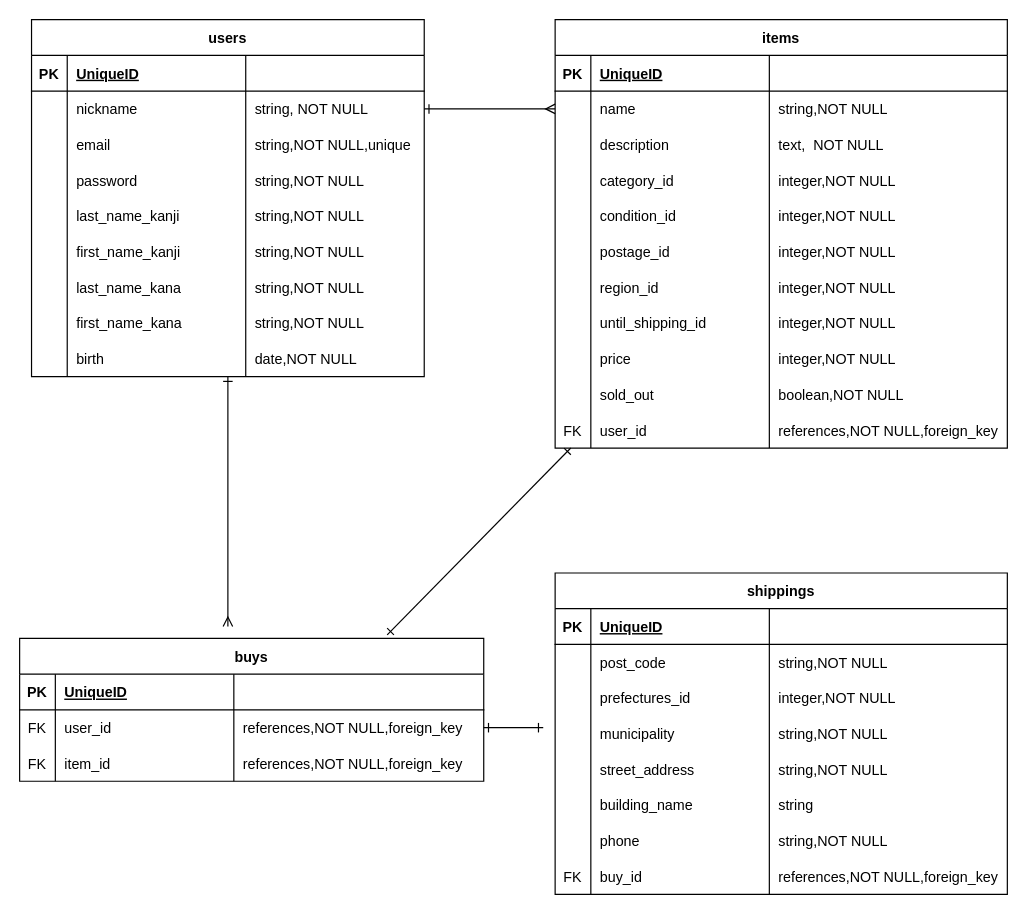
Before: ER図.dio in Shun-ST-TechCamp/furima-39524, a draw.io diagram. Source tidied: cells renumbered, new cells numbered last; positions are measured from the earlier drawing's top-left corner, leaving out a move shared by most shapes. Both pictures are drawn from the tidied source at 119%, with x=0, y=0 at pixel (19, 19).
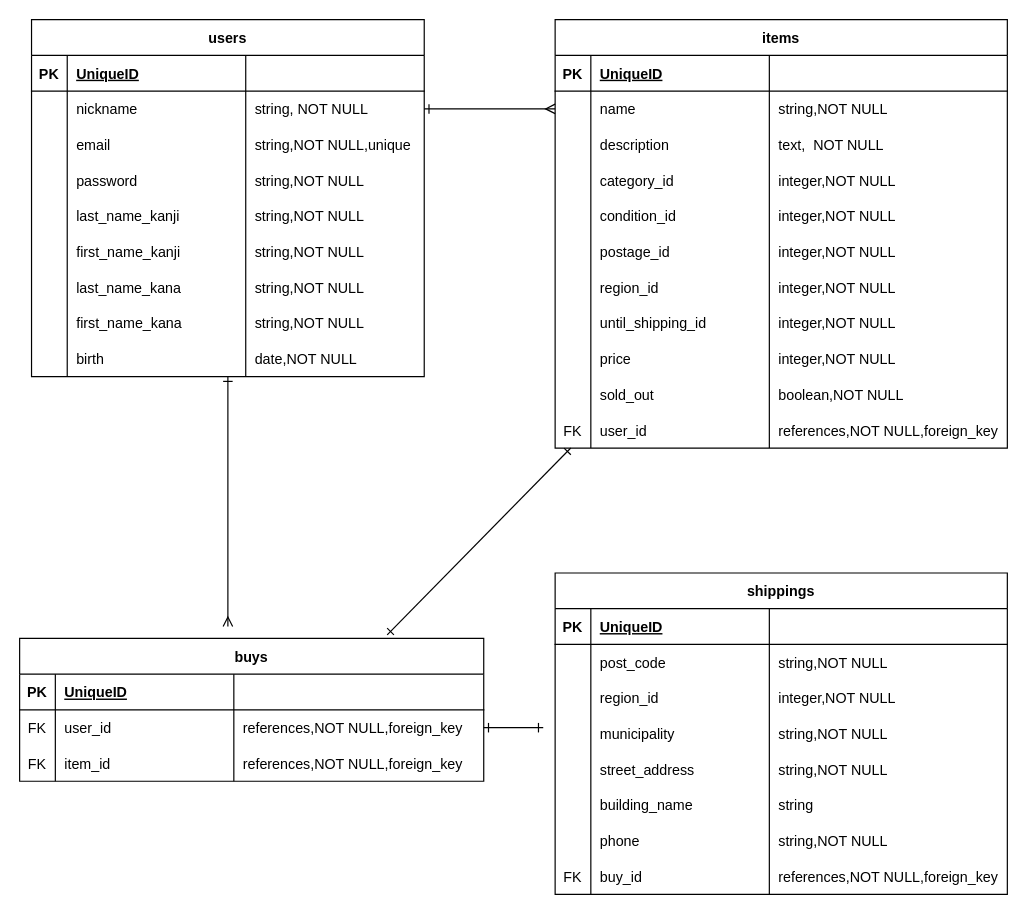
The same page after the edit.

Commit message (it also covers changes not shown here):
レビューによる訂正・カラム名の修正、アソシエーションの削除

The change refers to these unchanged cells:
```xml
<mxCell id="95" style="shape=tableRow;horizontal=0;startSize=0;swimlaneHead=0;swimlaneBody=0;fillColor=none;top=0;left=0;right=0;bottom=0;" parent="86" vertex="1">
  <mxGeometry y="90" width="380" height="30" as="geometry" />
</mxCell>
```

Diff of the diagram source:
```diff
@@
-    <mxCell id="97" value="prefectures_id" style="shape=partialRectangle;fillColor=none;top=0;left=0;bottom=0;right=0;align=left;spacingLeft=6;overflow=hidden;" parent="95" vertex="1">
+    <mxCell id="97" value="region_id" style="shape=partialRectangle;fillColor=none;top=0;left=0;bottom=0;right=0;align=left;spacingLeft=6;overflow=hidden;" parent="95" vertex="1">
       <mxGeometry x="30" width="150" height="30" as="geometry" />
     </mxCell>
```
